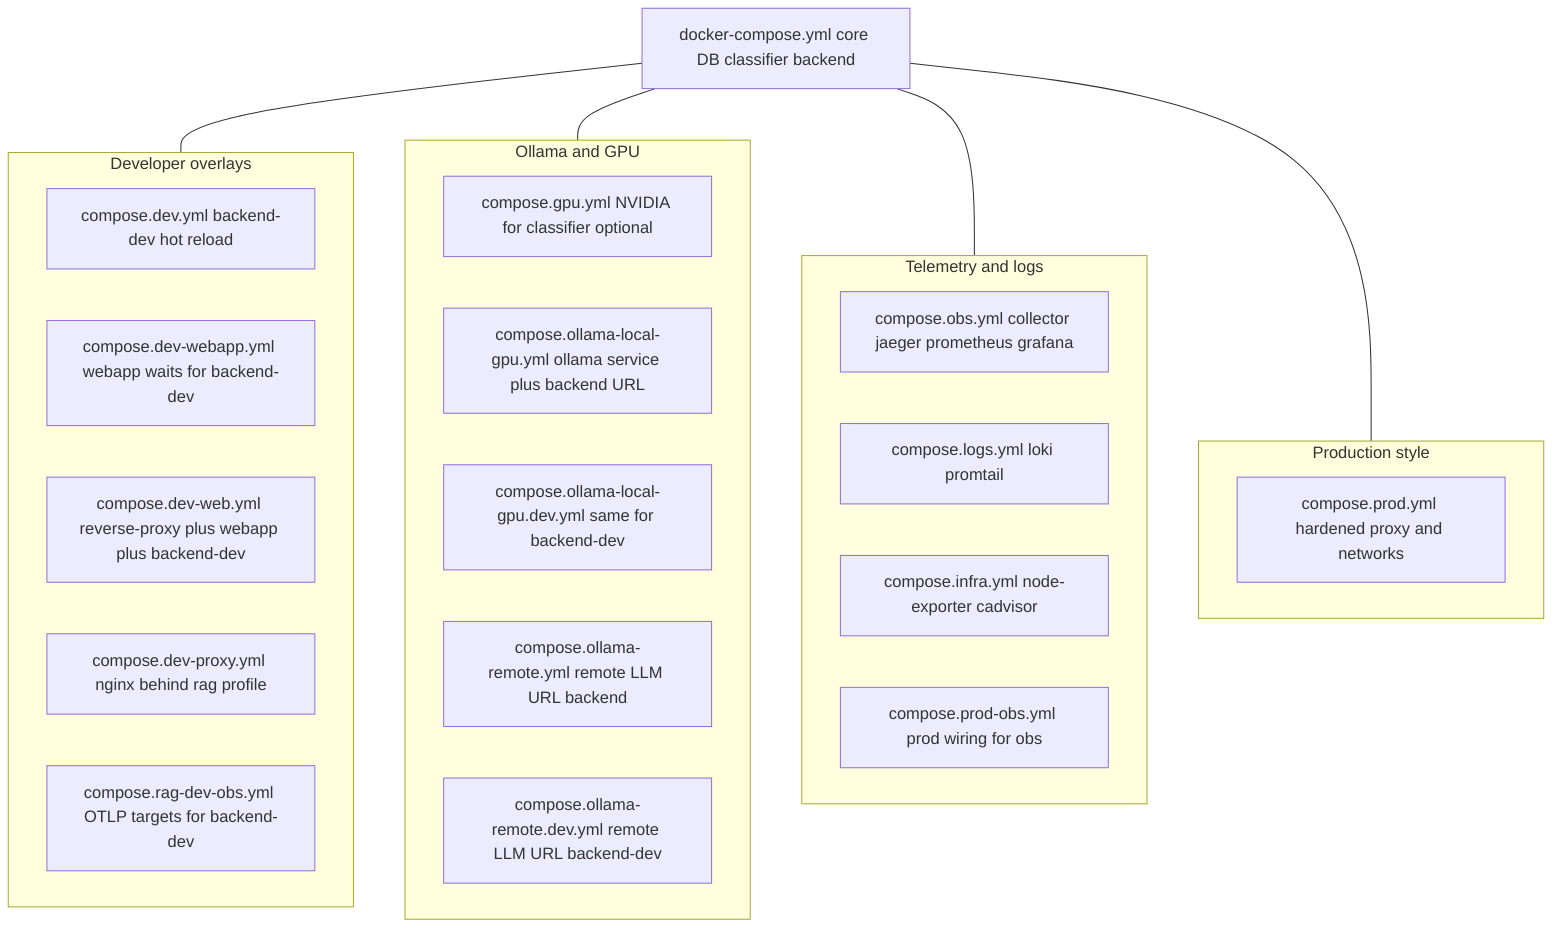
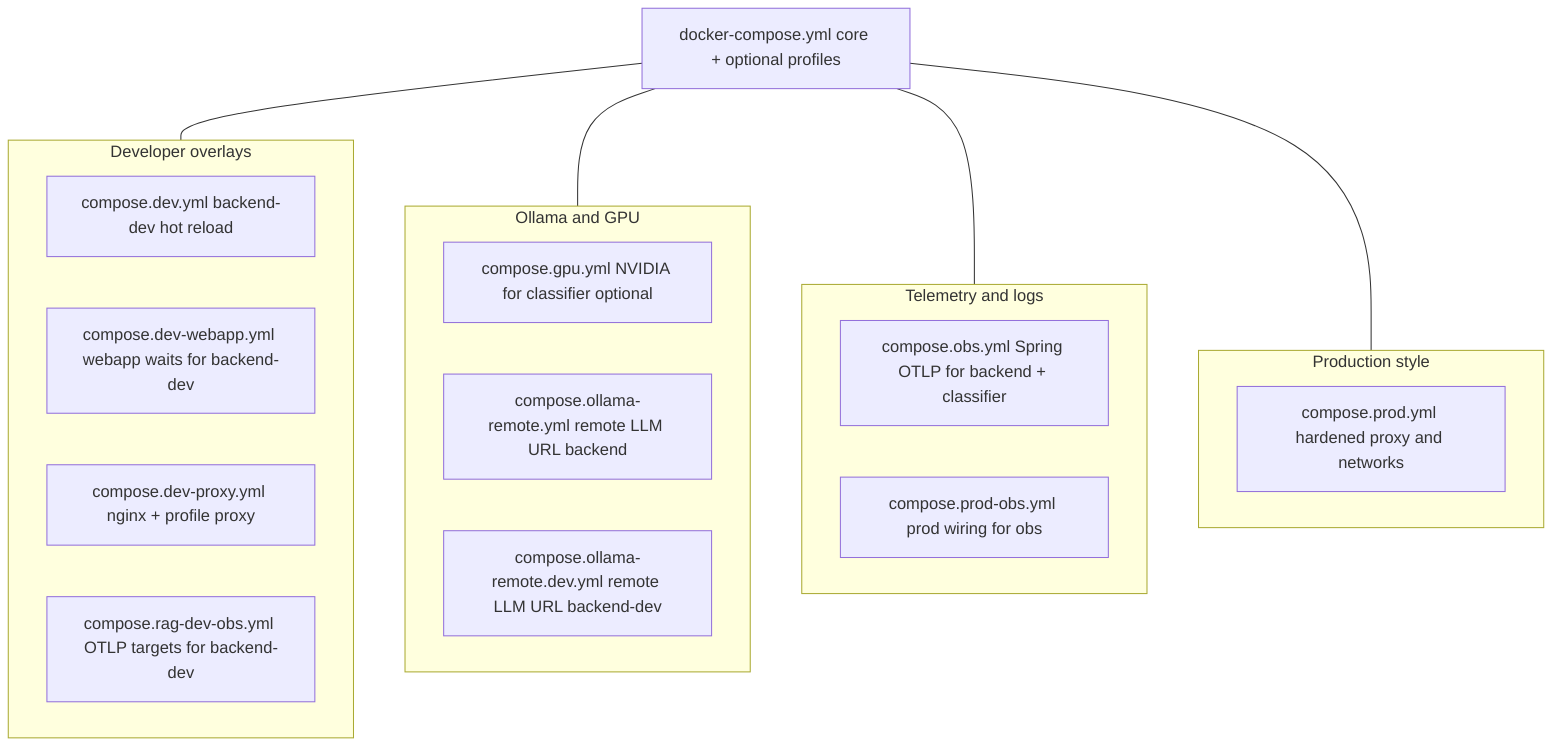
- %% Grouping of mergeable files under docker/ — actual merge order: docker/scripts/docker-compose.sh
+ %% Grouping: merge order = docker/scripts/docker-compose.sh
flowchart TB
-   BASE[docker-compose.yml core DB classifier backend]
+   BASE[docker-compose.yml core + optional profiles]

  subgraph devfam [Developer overlays]
    D1[compose.dev.yml backend-dev hot reload]
    D2[compose.dev-webapp.yml webapp waits for backend-dev]
-     D3[compose.dev-web.yml reverse-proxy plus webapp plus backend-dev]
-     D4[compose.dev-proxy.yml nginx behind rag profile]
+     D4[compose.dev-proxy.yml nginx + profile proxy]
    D5[compose.rag-dev-obs.yml OTLP targets for backend-dev]
  end

  subgraph ollfam [Ollama and GPU]
    G0[compose.gpu.yml NVIDIA for classifier optional]
-     G1[compose.ollama-local-gpu.yml ollama service plus backend URL]
-     G2[compose.ollama-local-gpu.dev.yml same for backend-dev]
    G3[compose.ollama-remote.yml remote LLM URL backend]
    G4[compose.ollama-remote.dev.yml remote LLM URL backend-dev]
  end

  subgraph tel [Telemetry and logs]
-     T1[compose.obs.yml collector jaeger prometheus grafana]
-     T2[compose.logs.yml loki promtail]
-     T3[compose.infra.yml node-exporter cadvisor]
+     T1[compose.obs.yml Spring OTLP for backend + classifier]
    T4[compose.prod-obs.yml prod wiring for obs]
  end

  subgraph prodfam [Production style]
    P1[compose.prod.yml hardened proxy and networks]
  end

  BASE --- devfam
  BASE --- ollfam
  BASE --- tel
  BASE --- prodfam
